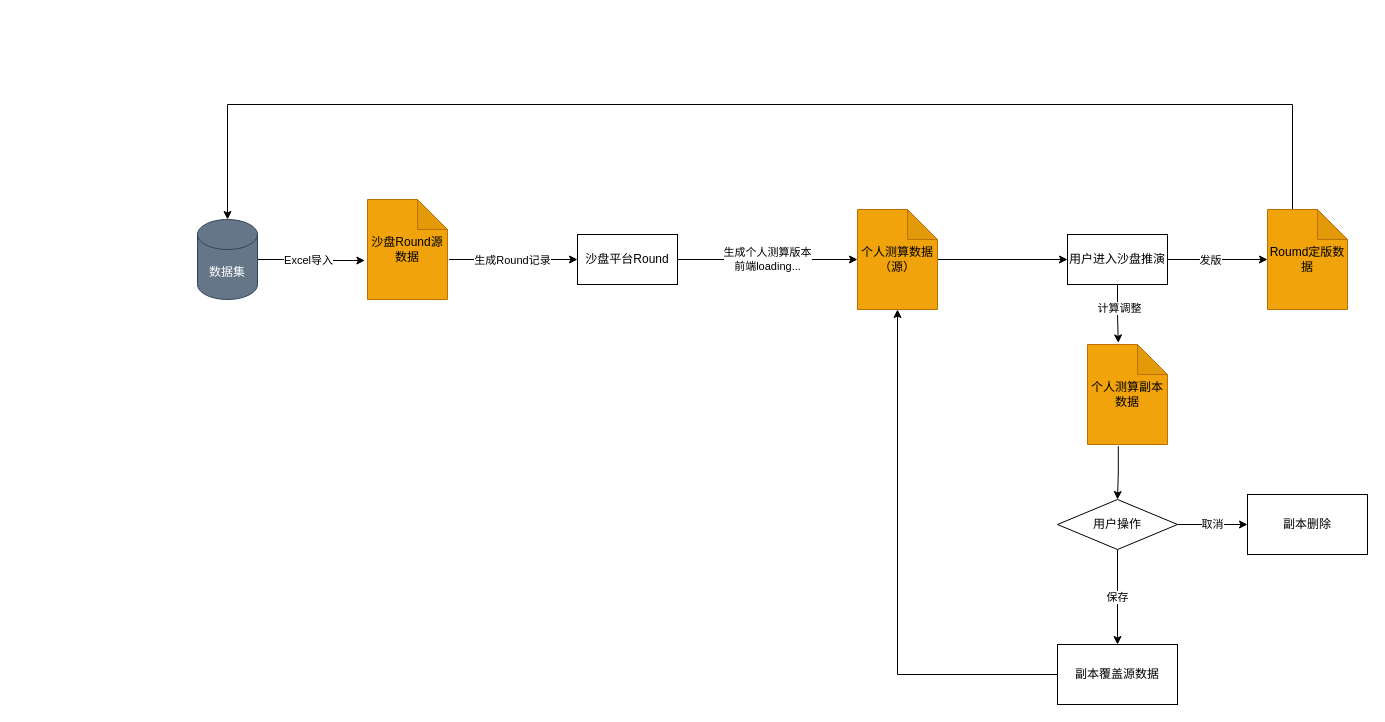
Earlier version of the draw.io diagram 沙盘推演Round流转.drawio (18857545022/-). Source tidied: cells renumbered, new cells numbered last; positions are measured from the earlier drawing's top-left corner, leaving out a move shared by most shapes. Both pictures are drawn from the tidied source at 100%, with x=0, y=0 at pixel (197, 104).
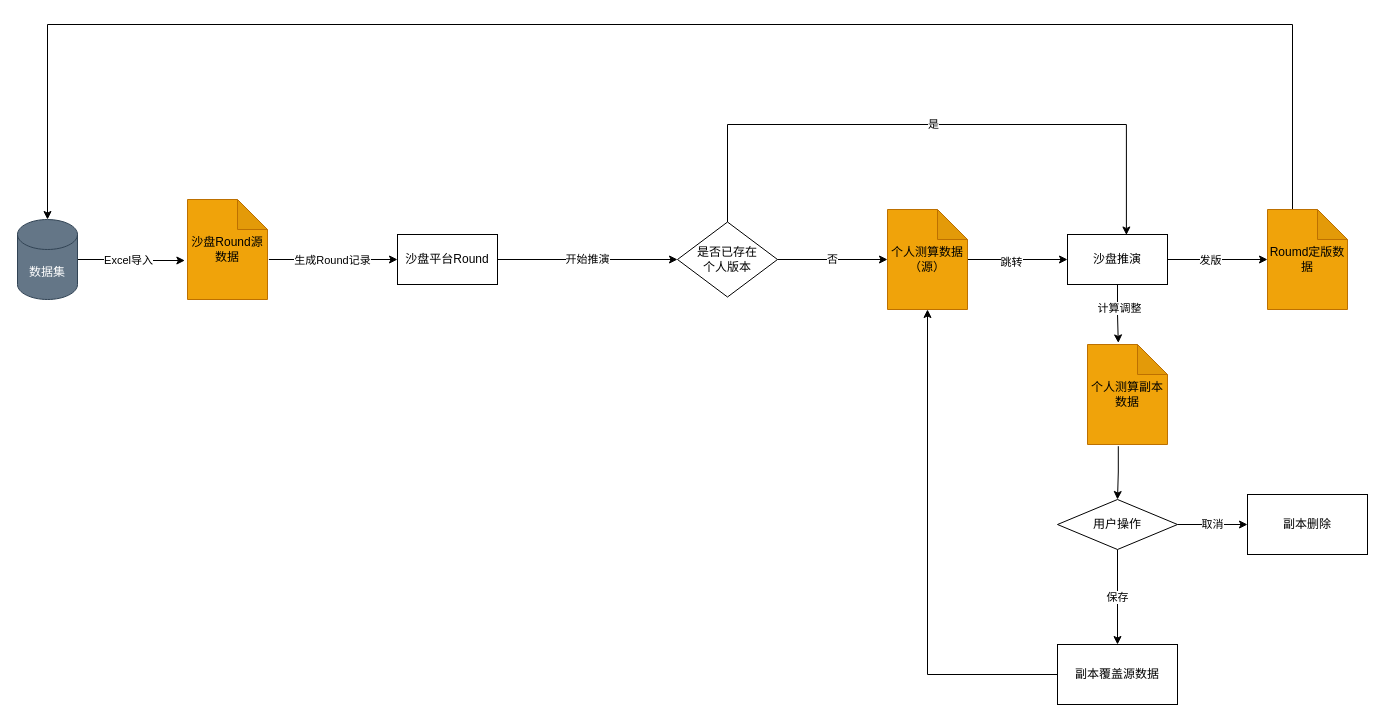
The same diagram, later.

Commit message (it also covers changes not shown here):
更新沙盘推演Round流转.drawio

The change refers to these unchanged cells:
```xml
<mxCell id="22" style="edgeStyle=orthogonalEdgeStyle;rounded=0;jettySize=auto;html=1;entryX=0;entryY=0.5;entryDx=0;entryDy=0;" parent="1" edge="1" source="23" target="8">
  <mxGeometry relative="1" as="geometry" />
</mxCell>
<mxCell id="25" value="Roumd定版数据" style="shape=note;whiteSpace=wrap;html=1;backgroundOutline=1;darkOpacity=0.05;fillColor=#f0a30a;fontColor=#000000;strokeColor=#BD7000;" parent="1" vertex="1">
  <mxGeometry x="1070" y="105" width="80" height="100" as="geometry" />
</mxCell>
```

Change to the diagram source:
```diff
@@
-    <mxCell id="2" value="生成个人测算版本&lt;br&gt;前端loading..." style="edgeStyle=orthogonalEdgeStyle;rounded=0;jettySize=auto;html=1;entryX=0;entryY=0.5;entryDx=0;entryDy=0;entryPerimeter=0;" parent="1" edge="1" source="3" target="23">
-      <mxGeometry relative="1" as="geometry" />
-    </mxCell>
+    <mxCell id="27" value="开始推演" style="edgeStyle=orthogonalEdgeStyle;rounded=0;jettySize=auto;html=1;" parent="1" edge="1" source="3" target="31">
+      <mxGeometry relative="1" as="geometry" />
+    </mxCell>
     <mxCell id="3" value="沙盘平台Round" style="rounded=0;whiteSpace=wrap;html=1;" parent="1" vertex="1">
-      <mxGeometry x="380" y="130" width="100" height="50" as="geometry" />
+      <mxGeometry x="200" y="130" width="100" height="50" as="geometry" />
     </mxCell>
@@
-    <mxCell id="8" value="用户进入沙盘推演" style="rounded=0;whiteSpace=wrap;html=1;" parent="1" vertex="1">
+    <mxCell id="8" value="沙盘推演" style="rounded=0;whiteSpace=wrap;html=1;" parent="1" vertex="1">
       <mxGeometry x="870" y="130" width="100" height="50" as="geometry" />
     </mxCell>
@@
     <mxCell id="20" value="数据集" style="shape=cylinder3;whiteSpace=wrap;html=1;boundedLbl=1;backgroundOutline=1;size=15;fillColor=#647687;fontColor=#ffffff;strokeColor=#314354;" parent="1" vertex="1">
-      <mxGeometry y="115" width="60" height="80" as="geometry" />
+      <mxGeometry x="-180" y="115" width="60" height="80" as="geometry" />
     </mxCell>
     <mxCell id="21" value="沙盘Round源数据" style="shape=note;whiteSpace=wrap;html=1;backgroundOutline=1;darkOpacity=0.05;fillColor=#f0a30a;fontColor=#000000;strokeColor=#BD7000;" parent="1" vertex="1">
-      <mxGeometry x="170" y="95" width="80" height="100" as="geometry" />
+      <mxGeometry x="-10" y="95" width="80" height="100" as="geometry" />
     </mxCell>
@@
+    <mxCell id="28" value="跳转" style="edgeLabel;html=1;align=center;verticalAlign=middle;" parent="22" vertex="1">
+      <mxGeometry x="-0.15" y="-2" relative="1" as="geometry" />
+    </mxCell>
     <mxCell id="23" value="个人测算数据（源）" style="shape=note;whiteSpace=wrap;html=1;backgroundOutline=1;darkOpacity=0.05;fillColor=#f0a30a;fontColor=#000000;strokeColor=#BD7000;" parent="1" vertex="1">
-      <mxGeometry x="660" y="105" width="80" height="100" as="geometry" />
+      <mxGeometry x="690" y="105" width="80" height="100" as="geometry" />
     </mxCell>
     <mxCell id="24" style="edgeStyle=orthogonalEdgeStyle;rounded=0;jettySize=auto;html=1;exitX=0;exitY=0;exitDx=25;exitDy=0;exitPerimeter=0;entryX=0.5;entryY=0;entryDx=0;entryDy=0;entryPerimeter=0;" parent="1" edge="1" source="25" target="20">
       <mxGeometry relative="1" as="geometry">
         <Array as="points">
-          <mxPoint x="1095" />
-          <mxPoint x="30" />
+          <mxPoint x="1095" y="-80" />
+          <mxPoint x="-150" y="-80" />
         </Array>
       </mxGeometry>
     </mxCell>
@@
+    <mxCell id="29" value="否" style="edgeStyle=orthogonalEdgeStyle;rounded=0;jettySize=auto;html=1;exitX=1;exitY=0.5;exitDx=0;exitDy=0;entryX=0;entryY=0.5;entryDx=0;entryDy=0;entryPerimeter=0;" parent="1" edge="1" source="31" target="23">
+      <mxGeometry relative="1" as="geometry" />
+    </mxCell>
+    <mxCell id="30" value="是" style="edgeStyle=orthogonalEdgeStyle;rounded=0;jettySize=auto;html=1;exitX=0.5;exitY=0;exitDx=0;exitDy=0;entryX=0.589;entryY=0.01;entryDx=0;entryDy=0;entryPerimeter=0;" parent="1" edge="1" source="31" target="8">
+      <mxGeometry relative="1" as="geometry">
+        <Array as="points">
+          <mxPoint x="530" y="20" />
+          <mxPoint x="929" y="20" />
+        </Array>
+      </mxGeometry>
+    </mxCell>
+    <mxCell id="31" value="是否已存在&lt;br&gt;个人版本" style="rhombus;whiteSpace=wrap;html=1;rounded=0;" parent="1" vertex="1">
+      <mxGeometry x="480" y="117.5" width="100" height="75" as="geometry" />
+    </mxCell>
```
